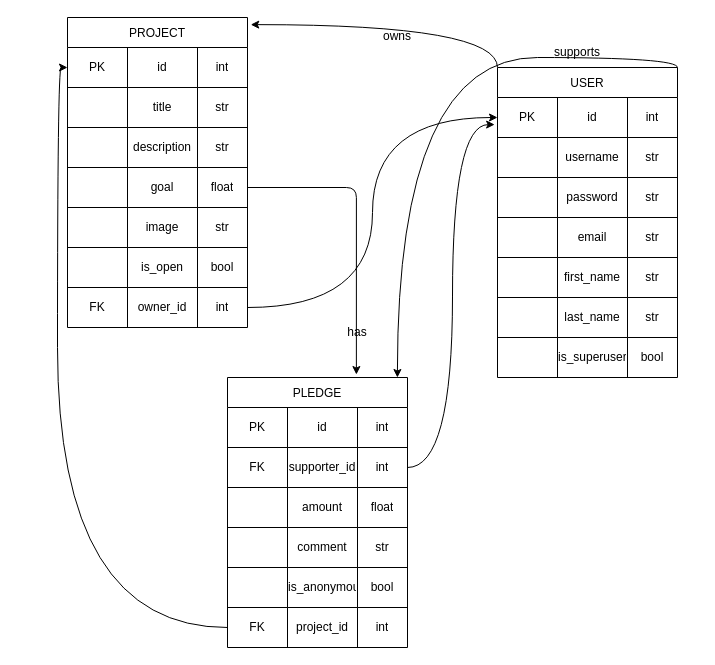
This is erd.drawio from AbbyKuo/crowdfunding_back_end, a draw.io file, before an edit. Source tidied: cells renumbered, new cells numbered last; positions are measured from the earlier drawing's top-left corner, leaving out a move shared by most shapes. Both pictures are drawn from the tidied source at 100%, with x=0, y=0 at pixel (67, 17).
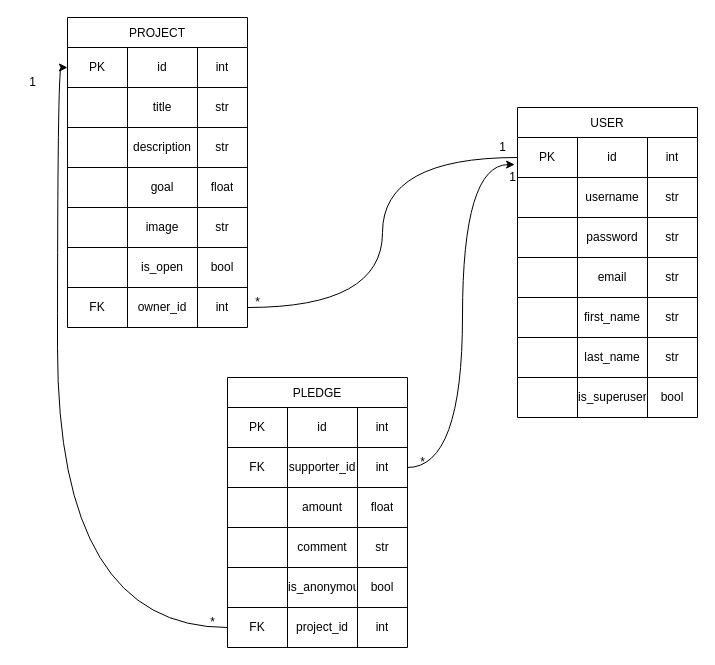
The same page after the edit.

Commit message (it also covers changes not shown here):
Modified er diagram. Allowed admin user to update user details is users permissions.

Unchanged cells that the change refers to:
```xml
<mxCell id="2" value="PROJECT" style="shape=table;startSize=30;childLayout=tableLayout;" parent="1" vertex="1">
  <mxGeometry width="180" height="310" as="geometry" />
</mxCell>
<mxCell id="15" style="shape=tableRow;horizontal=0;startSize=0;swimlaneHead=0;swimlaneBody=0;top=0;left=0;bottom=0;right=0;fillColor=none;points=[[0,0.5],[1,0.5]];portConstraint=eastwest;" parent="2" vertex="1">
  <mxGeometry y="150" width="180" height="40" as="geometry" />
</mxCell>
<mxCell id="27" style="shape=tableRow;horizontal=0;startSize=0;swimlaneHead=0;swimlaneBody=0;top=0;left=0;bottom=0;right=0;fillColor=none;points=[[0,0.5],[1,0.5]];portConstraint=eastwest;" parent="2" vertex="1">
  <mxGeometry y="270" width="180" height="40" as="geometry" />
</mxCell>
<mxCell id="34" style="shape=tableRow;horizontal=0;startSize=0;swimlaneHead=0;swimlaneBody=0;top=0;left=0;bottom=0;right=0;fillColor=none;points=[[0,0.5],[1,0.5]];portConstraint=eastwest;" parent="33" vertex="1">
  <mxGeometry y="30" width="180" height="40" as="geometry" />
</mxCell>
<mxCell id="62" value="PLEDGE" style="shape=table;startSize=30;childLayout=tableLayout;" parent="1" vertex="1">
  <mxGeometry x="160" y="360" width="180" height="270" as="geometry" />
</mxCell>
```

What changed in the source:
```diff
@@
-    <mxCell id="31" style="edgeStyle=orthogonalEdgeStyle;curved=1;html=1;exitX=0;exitY=0;exitDx=0;exitDy=0;entryX=1.018;entryY=0.023;entryDx=0;entryDy=0;entryPerimeter=0;" parent="1" edge="1" source="33" target="2">
-      <mxGeometry relative="1" as="geometry" />
-    </mxCell>
-    <mxCell id="32" style="edgeStyle=orthogonalEdgeStyle;curved=1;html=1;exitX=1;exitY=0;exitDx=0;exitDy=0;entryX=0.944;entryY=0;entryDx=0;entryDy=0;entryPerimeter=0;" parent="1" edge="1" source="33" target="62">
-      <mxGeometry relative="1" as="geometry" />
-    </mxCell>
     <mxCell id="33" value="USER" style="shape=table;startSize=30;childLayout=tableLayout;" parent="1" vertex="1">
-      <mxGeometry x="430" y="50" width="180" height="310" as="geometry" />
+      <mxGeometry x="450" y="90" width="180" height="310" as="geometry" />
     </mxCell>
@@
-    <mxCell id="87" style="edgeStyle=orthogonalEdgeStyle;curved=1;html=1;exitX=1;exitY=0.5;exitDx=0;exitDy=0;entryX=0;entryY=0.5;entryDx=0;entryDy=0;" parent="1" edge="1" source="27" target="34">
+    <mxCell id="87" style="edgeStyle=orthogonalEdgeStyle;curved=1;html=1;exitX=1;exitY=0.5;exitDx=0;exitDy=0;entryX=0;entryY=0.5;entryDx=0;entryDy=0;endArrow=none;endFill=0;" parent="1" edge="1" source="27" target="34">
       <mxGeometry relative="1" as="geometry" />
     </mxCell>
@@
-    <mxCell id="90" style="edgeStyle=orthogonalEdgeStyle;html=1;exitX=1;exitY=0.5;exitDx=0;exitDy=0;entryX=0.716;entryY=-0.011;entryDx=0;entryDy=0;entryPerimeter=0;" parent="1" edge="1" source="15" target="62">
-      <mxGeometry relative="1" as="geometry" />
-    </mxCell>
-    <mxCell id="91" value="has" style="text;strokeColor=none;align=center;fillColor=none;html=1;verticalAlign=middle;whiteSpace=wrap;rounded=0;" parent="1" vertex="1">
-      <mxGeometry x="260" y="300" width="60" height="30" as="geometry" />
-    </mxCell>
-    <mxCell id="92" value="owns" style="text;strokeColor=none;align=center;fillColor=none;html=1;verticalAlign=middle;whiteSpace=wrap;rounded=0;" parent="1" vertex="1">
-      <mxGeometry x="300" y="4" width="60" height="30" as="geometry" />
-    </mxCell>
-    <mxCell id="93" value="supports" style="text;strokeColor=none;align=center;fillColor=none;html=1;verticalAlign=middle;whiteSpace=wrap;rounded=0;" parent="1" vertex="1">
-      <mxGeometry x="480" y="20" width="60" height="30" as="geometry" />
-    </mxCell>
+    <mxCell id="94" value="1" style="text;html=1;align=center;verticalAlign=middle;strokeColor=none;fillColor=none;" parent="1" vertex="1">
+      <mxGeometry x="420" y="115" width="30" height="30" as="geometry" />
+    </mxCell>
+    <mxCell id="95" value="*" style="text;html=1;align=center;verticalAlign=middle;strokeColor=none;fillColor=none;" parent="1" vertex="1">
+      <mxGeometry x="175" y="270" width="30" height="30" as="geometry" />
+    </mxCell>
+    <mxCell id="96" value="1" style="text;html=1;align=center;verticalAlign=middle;strokeColor=none;fillColor=none;" parent="1" vertex="1">
+      <mxGeometry x="430" y="145" width="30" height="30" as="geometry" />
+    </mxCell>
+    <mxCell id="97" value="*" style="text;html=1;align=center;verticalAlign=middle;strokeColor=none;fillColor=none;" parent="1" vertex="1">
+      <mxGeometry x="340" y="430" width="30" height="30" as="geometry" />
+    </mxCell>
+    <mxCell id="98" value="*" style="text;html=1;align=center;verticalAlign=middle;strokeColor=none;fillColor=none;" parent="1" vertex="1">
+      <mxGeometry x="130" y="590" width="30" height="30" as="geometry" />
+    </mxCell>
+    <mxCell id="99" value="1" style="text;html=1;align=center;verticalAlign=middle;strokeColor=none;fillColor=none;" parent="1" vertex="1">
+      <mxGeometry x="-50" y="50" width="30" height="30" as="geometry" />
+    </mxCell>
```
